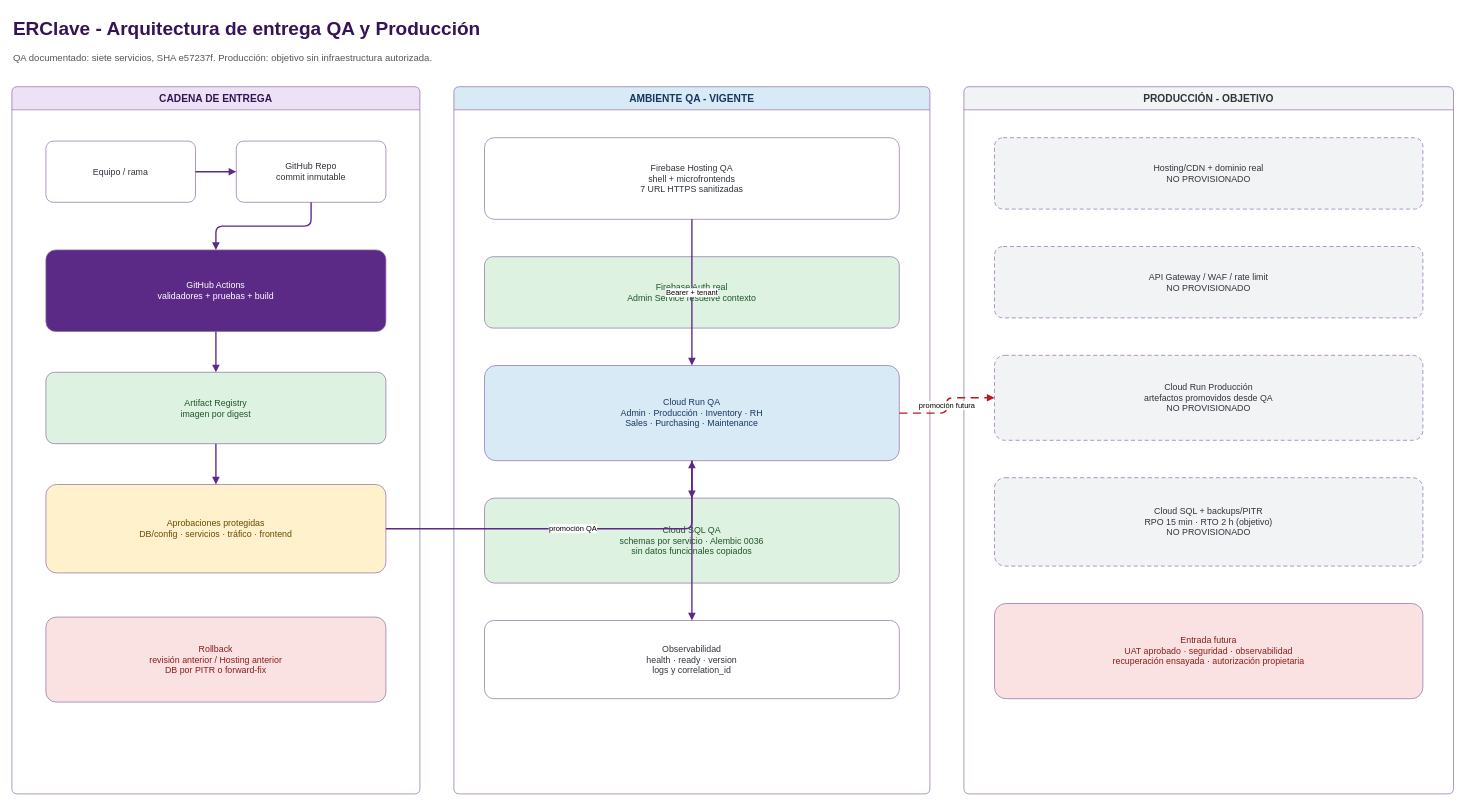
Above: docs/arquitectura/diagramas/arquitectura_qa_prod.drawio in ChemaPsan/eslaclave-erclave (draw.io), before the change. Source tidied: cells renumbered, new cells numbered last; positions are measured from the earlier drawing's top-left corner, leaving out a move shared by most shapes. Both pictures are drawn from the tidied source at 68%, with x=0, y=0 at pixel (12, 12).
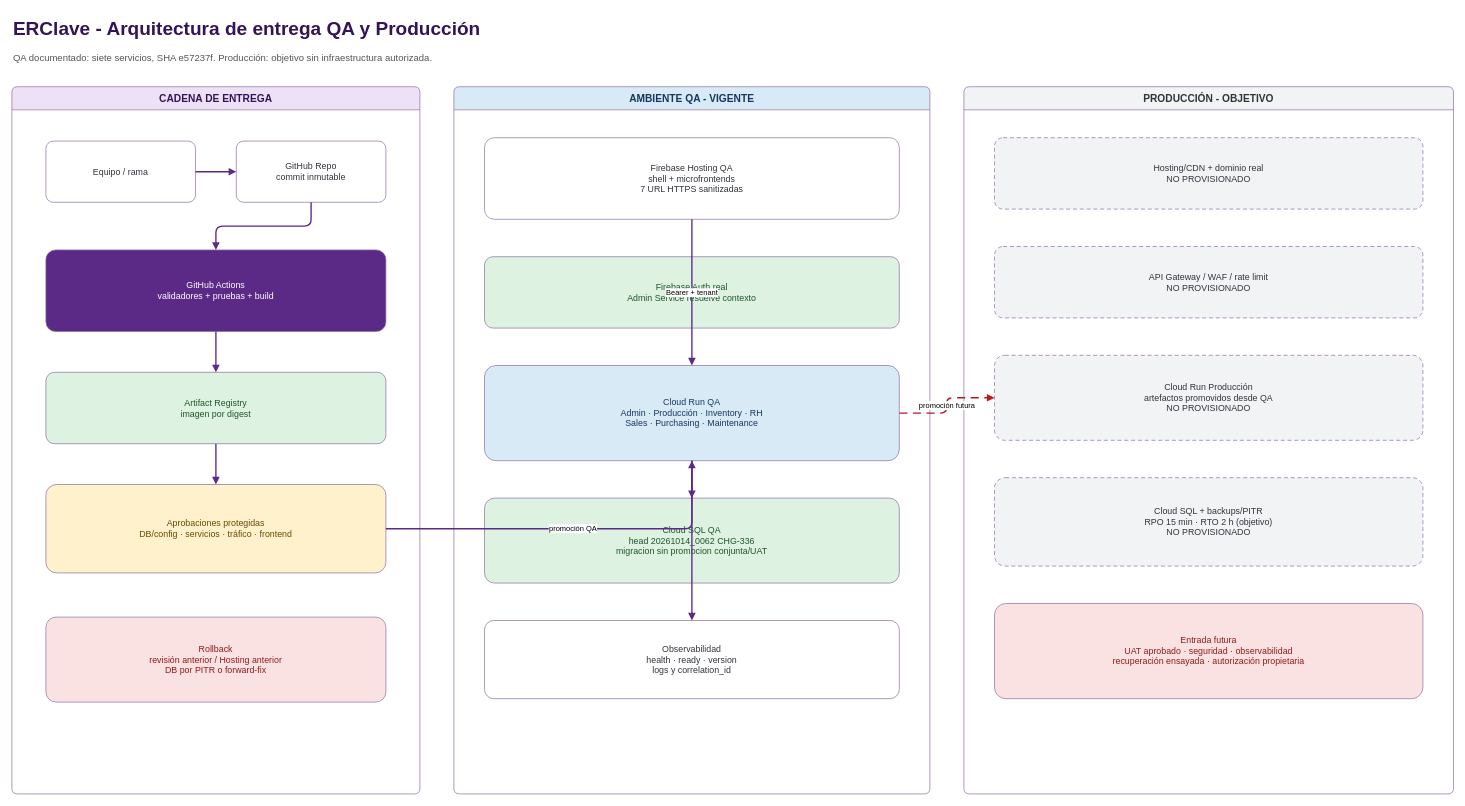
The same page after the edit.

What changed in the source:
```diff
@@
-    <mxCell id="15" value="Cloud SQL QA&lt;br&gt;schemas por servicio · Alembic 0036&lt;br&gt;sin datos funcionales copiados" style="rounded=1;whiteSpace=wrap;html=1;arcSize=12;fillColor=#DDF2E1;strokeColor=#8A6AA3;fontColor=#20552A;fontSize=13;spacing=8;" parent="1" vertex="1">
+    <mxCell id="15" value="Cloud SQL QA&lt;br&gt;head 20261014_0062 CHG-336&lt;br&gt;migracion sin promocion conjunta/UAT" style="rounded=1;whiteSpace=wrap;html=1;arcSize=12;fillColor=#DDF2E1;strokeColor=#8A6AA3;fontColor=#20552A;fontSize=13;spacing=8;" parent="1" vertex="1">
       <mxGeometry x="695" y="715" width="610" height="125" as="geometry" />
     </mxCell>
```
